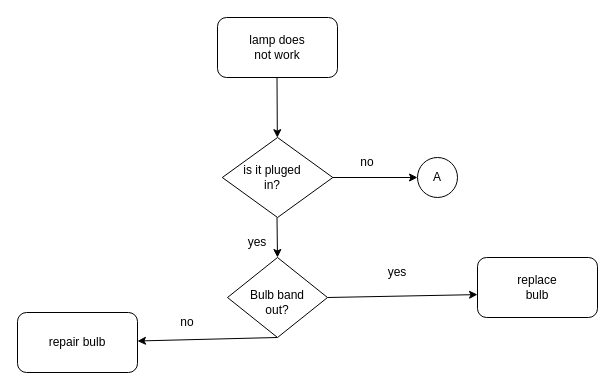
This is python/Untitled Diagram.drawio from PastelKapri/Codingal, a draw.io file, before an edit. Source tidied: cells renumbered, new cells numbered last; positions are measured from the earlier drawing's top-left corner, leaving out a move shared by most shapes. Both pictures are drawn from the tidied source at 100%, with x=0, y=0 at pixel (17, 17).
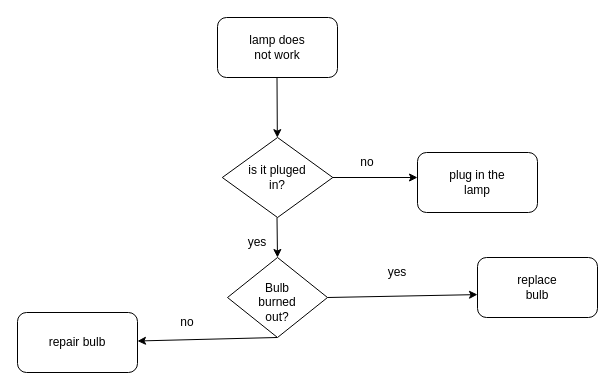
Above is the later version.

Change to the diagram source:
```diff
@@
-    <mxCell id="5" style="endArrow=classic;html=1;rounded=0;" parent="1" edge="1" target="6">
+    <mxCell id="5" style="endArrow=classic;html=1;rounded=0;" parent="1" edge="1">
       <mxGeometry relative="1" as="geometry">
         <mxPoint x="315.2" y="160" as="sourcePoint" />
+        <mxPoint x="400" y="160" as="targetPoint" />
       </mxGeometry>
     </mxCell>
-    <mxCell id="6" style="ellipse;whiteSpace=wrap;html=1;" parent="1" vertex="1">
-      <mxGeometry x="400" y="140" width="40" height="40" as="geometry" />
-    </mxCell>
@@
-    <mxCell id="8" value="A" style="text;html=1;align=center;verticalAlign=middle;whiteSpace=wrap;rounded=0;" parent="1" vertex="1">
-      <mxGeometry x="390" y="145" width="60" height="30" as="geometry" />
-    </mxCell>
@@
-    <mxCell id="12" value="Bulb band out?" style="text;html=1;align=center;verticalAlign=middle;whiteSpace=wrap;rounded=0;" parent="1" vertex="1">
+    <mxCell id="12" value="Bulb burned out?" style="text;html=1;align=center;verticalAlign=middle;whiteSpace=wrap;rounded=0;" parent="1" vertex="1">
       <mxGeometry x="230" y="270" width="60" height="30" as="geometry" />
     </mxCell>
@@
     <mxCell id="18" value="is it pluged in?" style="text;html=1;align=center;verticalAlign=middle;whiteSpace=wrap;rounded=0;" parent="1" vertex="1">
-      <mxGeometry x="225" y="145" width="60" height="30" as="geometry" />
+      <mxGeometry x="230" y="145" width="60" height="30" as="geometry" />
     </mxCell>
@@
+    <mxCell id="23" style="rounded=1;whiteSpace=wrap;html=1;" parent="1" vertex="1">
+      <mxGeometry x="400" y="135" width="120" height="60" as="geometry" />
+    </mxCell>
+    <mxCell id="24" value="plug in the lamp" style="text;html=1;align=center;verticalAlign=middle;whiteSpace=wrap;rounded=0;" parent="1" vertex="1">
+      <mxGeometry x="430" y="150" width="60" height="30" as="geometry" />
+    </mxCell>
```
